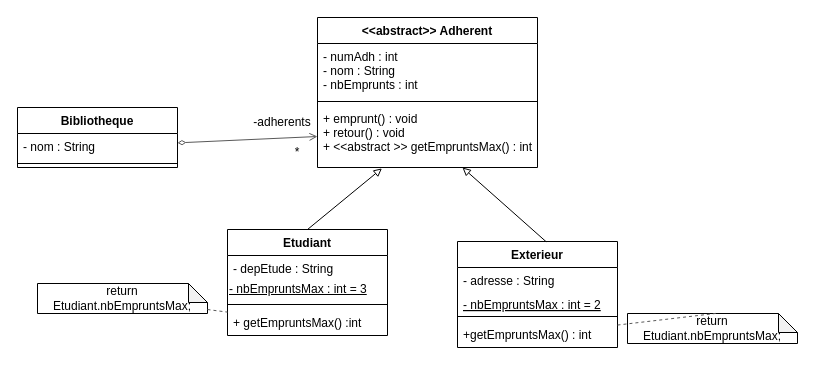
This is page "1" (1 of 4) of diagEmprunts.drawio from lisa-djerbi/TP25032022, a draw.io file, before an edit. Source tidied: cells renumbered, new cells numbered last; positions are measured from the earlier drawing's top-left corner, leaving out a move shared by most shapes. Both pictures are drawn from the tidied source at 100%, with x=0, y=0 at pixel (17, 17).
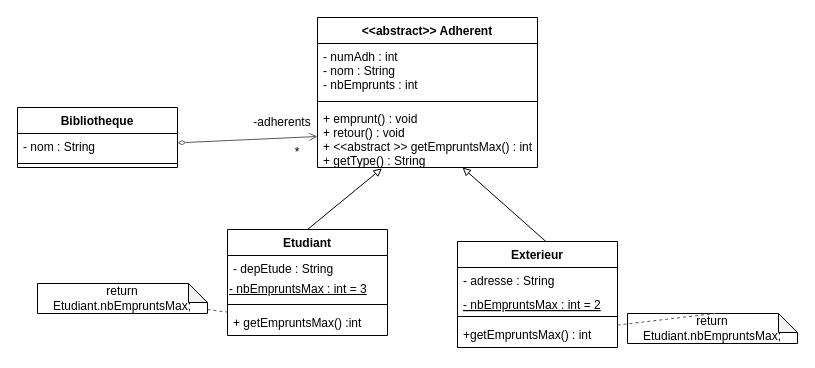
After the change.

Unchanged cells that the change refers to:
```xml
<mxCell id="5" value="&lt;&lt;abstract&gt;&gt; Adherent" style="swimlane;fontStyle=1;align=center;verticalAlign=top;horizontal=1;startSize=26;" parent="1" vertex="1">
  <mxGeometry x="300" width="220" height="150" as="geometry" />
</mxCell>
```

Change to the diagram source:
```diff
@@
-    <mxCell id="8" value="+ emprunt() : void&#10;+ retour() : void&#10;+ &lt;&lt;abstract &gt;&gt; getEmpruntsMax() : int&#10;" style="text;strokeColor=none;fillColor=none;align=left;verticalAlign=top;spacingLeft=4;spacingRight=4;overflow=hidden;points=[[0,0.5],[1,0.5]];portConstraint=eastwest;" parent="5" vertex="1">
+    <mxCell id="8" value="+ emprunt() : void&#10;+ retour() : void&#10;+ &lt;&lt;abstract &gt;&gt; getEmpruntsMax() : int&#10;+ getType() : String&#10;" style="text;strokeColor=none;fillColor=none;align=left;verticalAlign=top;spacingLeft=4;spacingRight=4;overflow=hidden;points=[[0,0.5],[1,0.5]];portConstraint=eastwest;" parent="5" vertex="1">
       <mxGeometry y="88" width="220" height="62" as="geometry" />
     </mxCell>
```
